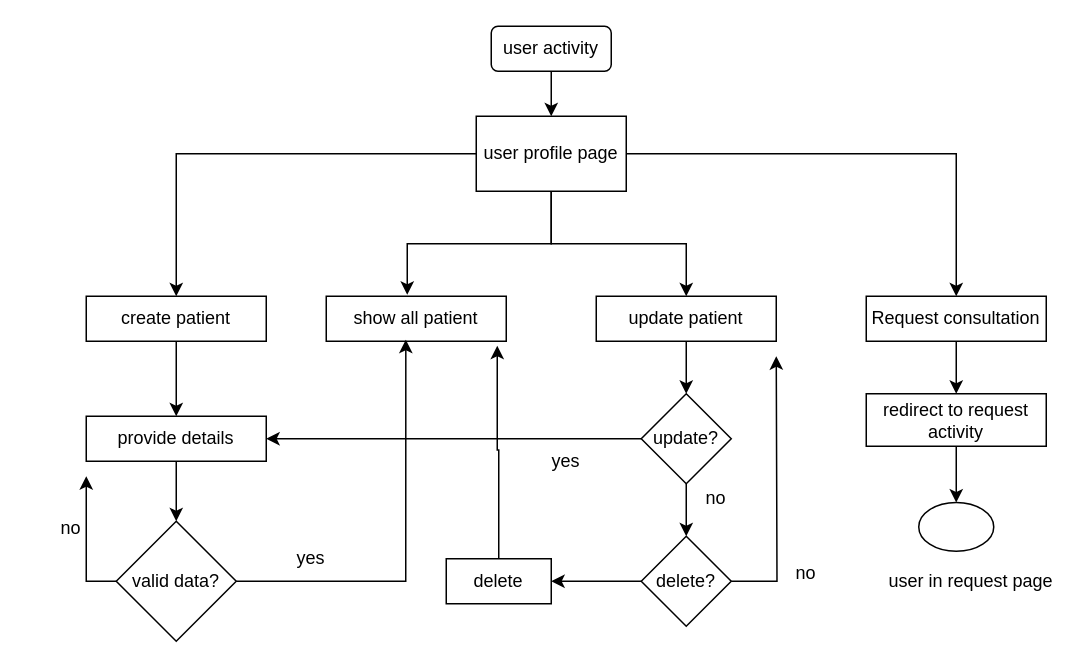
Above: Untitled Diagram.drawio in souravbiswassanto/Projects (draw.io), before the change. Source tidied: cells renumbered, new cells numbered last; positions are measured from the earlier drawing's top-left corner, leaving out a move shared by most shapes. Both pictures are drawn from the tidied source at 150%, with x=0, y=0 at pixel (26, 26).
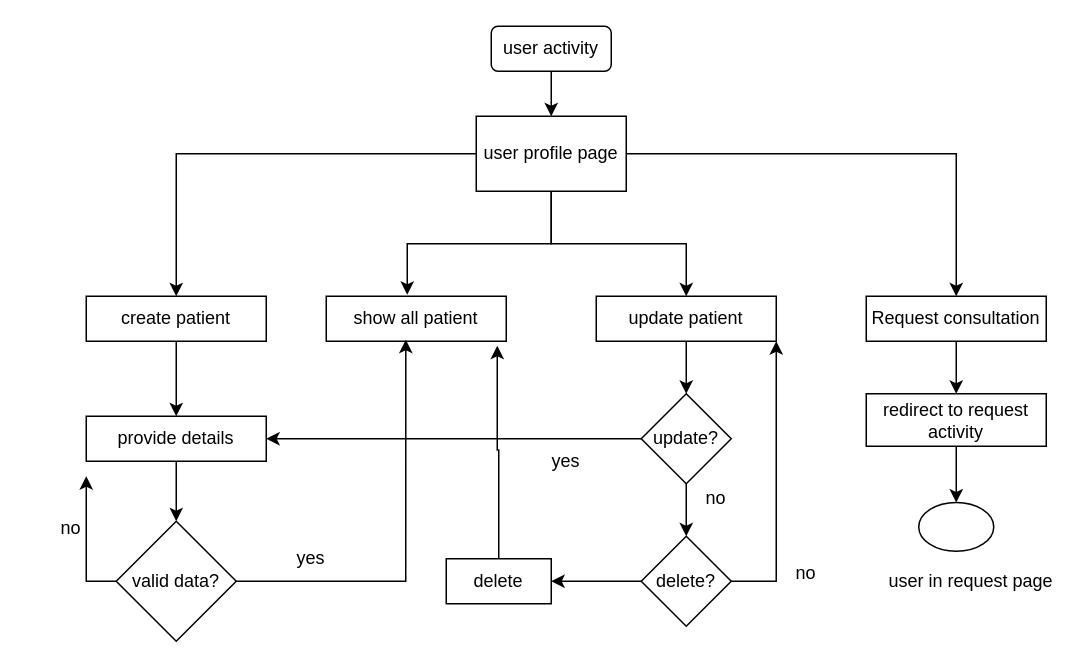
After the change.

The change refers to these unchanged cells:
```xml
<mxCell id="13" value="update patient" style="rounded=0;whiteSpace=wrap;html=1;" parent="1" vertex="1">
  <mxGeometry x="380" y="180" width="120" height="30" as="geometry" />
</mxCell>
<mxCell id="29" value="delete?" style="rhombus;whiteSpace=wrap;html=1;" parent="1" vertex="1">
  <mxGeometry x="410" y="340" width="60" height="60" as="geometry" />
</mxCell>
```

Change to the diagram source:
```diff
@@
-    <mxCell id="27" style="edgeStyle=orthogonalEdgeStyle;rounded=0;jettySize=auto;html=1;" parent="1" edge="1" source="29">
+    <mxCell id="27" style="edgeStyle=orthogonalEdgeStyle;rounded=0;jettySize=auto;html=1;entryX=1;entryY=1;entryDx=0;entryDy=0;entryPerimeter=0;" parent="1" edge="1" source="29" target="13">
       <mxGeometry relative="1" as="geometry">
-        <mxPoint x="500" y="220" as="targetPoint" />
+        <Array as="points">
+          <mxPoint x="500" y="370" />
+        </Array>
       </mxGeometry>
     </mxCell>
```
